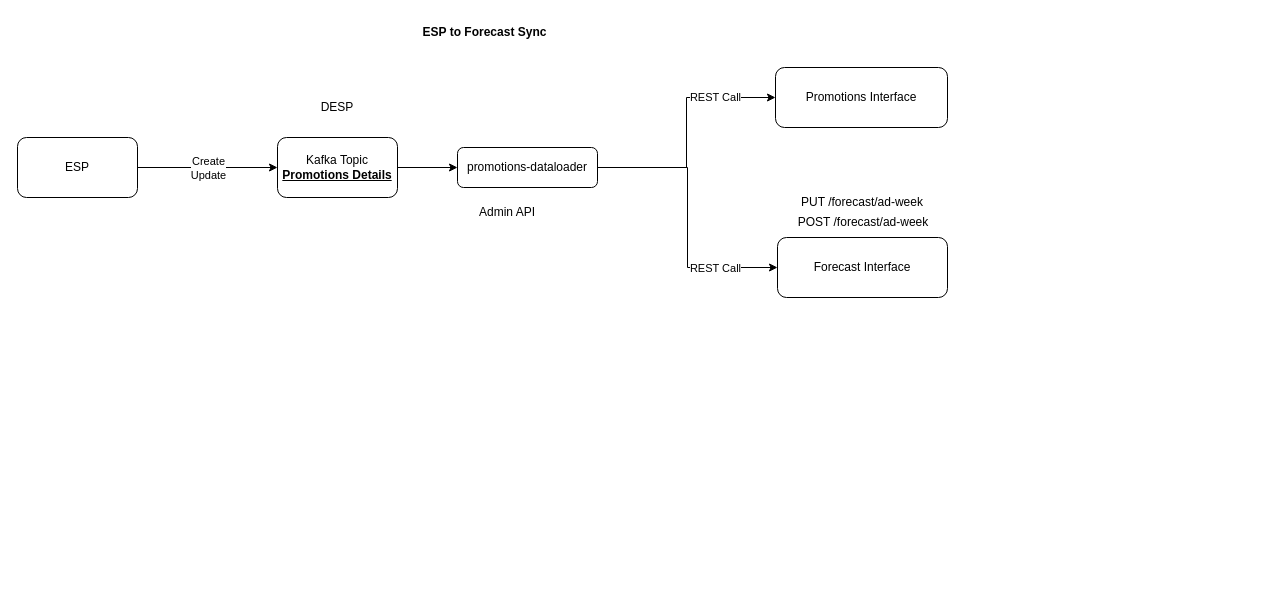
This is page "Page-2" (2 of 2) of Kroger.drawio from aayush-tuladhar-kr/drawio, a draw.io file, before an edit. Source tidied: cells renumbered, new cells numbered last; positions are measured from the earlier drawing's top-left corner, leaving out a move shared by most shapes. Both pictures are drawn from the tidied source at 100%, with x=0, y=0 at pixel (17, 17).
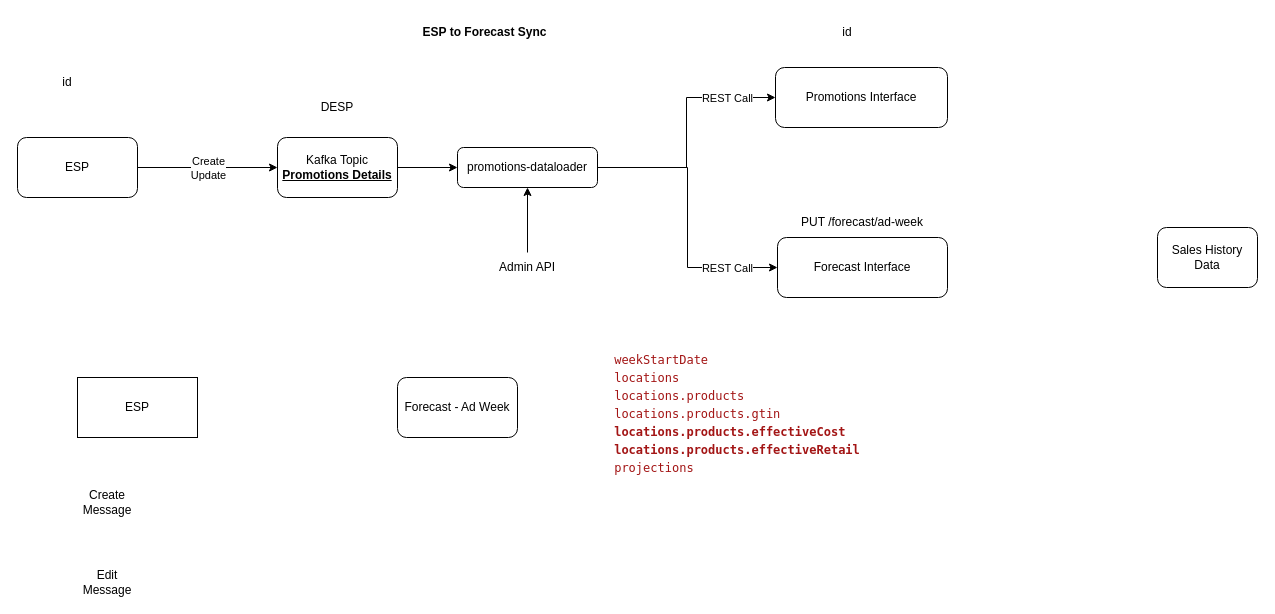
The same page after the edit.

Unchanged cells that the change refers to:
```xml
<mxCell id="2" style="edgeStyle=orthogonalEdgeStyle;rounded=0;jettySize=auto;html=1;entryX=0;entryY=0.5;entryDx=0;entryDy=0;" parent="1" edge="1" source="6" target="7">
  <mxGeometry relative="1" as="geometry" />
</mxCell>
<mxCell id="4" style="edgeStyle=orthogonalEdgeStyle;rounded=0;jettySize=auto;html=1;entryX=0;entryY=0.5;entryDx=0;entryDy=0;" parent="1" edge="1" source="6" target="8">
  <mxGeometry relative="1" as="geometry" />
</mxCell>
<mxCell id="6" value="promotions-dataloader" style="rounded=1;whiteSpace=wrap;html=1;" parent="1" vertex="1">
  <mxGeometry x="440" y="130" width="140" height="40" as="geometry" />
</mxCell>
```

Diff of the diagram source:
```diff
@@
     <mxCell id="3" value="REST Call" style="edgeLabel;html=1;align=center;verticalAlign=middle;" parent="2" vertex="1">
-      <mxGeometry x="0.51" y="1" relative="1" as="geometry" />
+      <mxGeometry x="0.51" y="1" relative="1" as="geometry">
+        <mxPoint x="12" y="1" as="offset" />
+      </mxGeometry>
     </mxCell>
@@
     <mxCell id="5" value="REST Call" style="edgeLabel;html=1;align=center;verticalAlign=middle;" parent="4" vertex="1">
       <mxGeometry x="0.46" y="2" relative="1" as="geometry">
-        <mxPoint x="13" y="2" as="offset" />
+        <mxPoint x="25" y="2" as="offset" />
       </mxGeometry>
     </mxCell>
@@
     <mxCell id="9" value="PUT /forecast/ad-week" style="text;html=1;align=center;verticalAlign=middle;whiteSpace=wrap;rounded=0;" parent="1" vertex="1">
-      <mxGeometry x="750" y="170" width="190" height="30" as="geometry" />
+      <mxGeometry x="750" y="190" width="190" height="30" as="geometry" />
     </mxCell>
@@
+    <mxCell id="19" style="edgeStyle=orthogonalEdgeStyle;rounded=0;jettySize=auto;html=1;" parent="1" edge="1" source="16" target="6">
+      <mxGeometry relative="1" as="geometry" />
+    </mxCell>
     <mxCell id="16" value="Admin API" style="text;html=1;align=center;verticalAlign=middle;whiteSpace=wrap;rounded=0;" parent="1" vertex="1">
-      <mxGeometry x="460" y="180" width="60" height="30" as="geometry" />
+      <mxGeometry x="480" y="235" width="60" height="30" as="geometry" />
     </mxCell>
@@
-    <mxCell id="18" value="POST /forecast/ad-week" style="text;html=1;align=center;verticalAlign=middle;whiteSpace=wrap;rounded=0;" parent="1" vertex="1">
-      <mxGeometry x="751" y="190" width="190" height="30" as="geometry" />
-    </mxCell>
+    <mxCell id="20" value="ESP" style="rounded=0;whiteSpace=wrap;html=1;" parent="1" vertex="1">
+      <mxGeometry x="60" y="360" width="120" height="60" as="geometry" />
+    </mxCell>
+    <mxCell id="21" value="Forecast - Ad Week" style="rounded=1;whiteSpace=wrap;html=1;" parent="1" vertex="1">
+      <mxGeometry x="380" y="360" width="120" height="60" as="geometry" />
+    </mxCell>
+    <mxCell id="22" value="Create Message" style="text;html=1;align=center;verticalAlign=middle;whiteSpace=wrap;rounded=0;" parent="1" vertex="1">
+      <mxGeometry x="60" y="470" width="60" height="30" as="geometry" />
+    </mxCell>
+    <mxCell id="23" value="&lt;div style=&quot;text-align: left; background-color: rgb(255, 255, 255); font-family: IBMPlexMono, Monaco, &amp;quot;Courier New&amp;quot;, monospace, Menlo, Monaco, &amp;quot;Courier New&amp;quot;, monospace; line-height: 18px; white-space: pre;&quot;&gt;&lt;span style=&quot;color: #a31515;&quot;&gt;weekStartDate&lt;/span&gt;&lt;/div&gt;&lt;div style=&quot;text-align: left; background-color: rgb(255, 255, 255); font-family: IBMPlexMono, Monaco, &amp;quot;Courier New&amp;quot;, monospace, Menlo, Monaco, &amp;quot;Courier New&amp;quot;, monospace; line-height: 18px; white-space: pre;&quot;&gt;&lt;span style=&quot;color: rgb(163, 21, 21);&quot;&gt;locations&lt;/span&gt;&lt;/div&gt;&lt;div style=&quot;background-color: rgb(255, 255, 255); line-height: 18px;&quot;&gt;&lt;div style=&quot;font-family: IBMPlexMono, Monaco, &amp;quot;Courier New&amp;quot;, monospace, Menlo, Monaco, &amp;quot;Courier New&amp;quot;, monospace; white-space: pre; text-align: left;&quot;&gt;&lt;span style=&quot;color: rgb(163, 21, 21);&quot;&gt;locations.products&lt;br&gt;&lt;/span&gt;&lt;span style=&quot;color: rgb(163, 21, 21);&quot;&gt;locations.products.gtin&lt;br&gt;&lt;/span&gt;&lt;span style=&quot;color: rgb(163, 21, 21);&quot;&gt;&lt;b&gt;locations.products.effectiveCost&lt;br&gt;&lt;/b&gt;&lt;/span&gt;&lt;span style=&quot;color: rgb(163, 21, 21);&quot;&gt;&lt;b&gt;locations.products.effectiveRetail&lt;/b&gt;&lt;br&gt;&lt;/span&gt;&lt;span style=&quot;color: rgb(163, 21, 21);&quot;&gt;projections&lt;/span&gt;&lt;/div&gt;&lt;div style=&quot;font-family: IBMPlexMono, Monaco, &amp;quot;Courier New&amp;quot;, monospace, Menlo, Monaco, &amp;quot;Courier New&amp;quot;, monospace; white-space: pre; text-align: left;&quot;&gt;&lt;span style=&quot;color: rgb(163, 21, 21);&quot;&gt;&lt;br&gt;&lt;/span&gt;&lt;/div&gt;&lt;div style=&quot;text-align: left;&quot;&gt;&lt;font face=&quot;IBMPlexMono, Monaco, Courier New, monospace, Menlo, Monaco, Courier New, monospace&quot; color=&quot;#a31515&quot;&gt;&lt;span style=&quot;white-space: pre;&quot;&gt;&lt;br&gt;&lt;/span&gt;&lt;/font&gt;&lt;/div&gt;&lt;/div&gt;&lt;div style=&quot;background-color: rgb(255, 255, 255); font-family: IBMPlexMono, Monaco, &amp;quot;Courier New&amp;quot;, monospace, Menlo, Monaco, &amp;quot;Courier New&amp;quot;, monospace; line-height: 18px; white-space: pre;&quot;&gt;&lt;span style=&quot;color: #a31515;&quot;&gt;&lt;br&gt;&lt;/span&gt;&lt;/div&gt;" style="text;html=1;align=center;verticalAlign=middle;whiteSpace=wrap;rounded=0;" parent="1" vertex="1">
+      <mxGeometry x="500" y="390" width="440" height="65" as="geometry" />
+    </mxCell>
+    <mxCell id="24" value="Edit Message" style="text;html=1;align=center;verticalAlign=middle;whiteSpace=wrap;rounded=0;" parent="1" vertex="1">
+      <mxGeometry x="60" y="550" width="60" height="30" as="geometry" />
+    </mxCell>
+    <mxCell id="25" value="id" style="text;html=1;align=center;verticalAlign=middle;whiteSpace=wrap;rounded=0;" parent="1" vertex="1">
+      <mxGeometry x="20" y="50" width="60" height="30" as="geometry" />
+    </mxCell>
+    <mxCell id="26" value="id" style="text;html=1;align=center;verticalAlign=middle;whiteSpace=wrap;rounded=0;" parent="1" vertex="1">
+      <mxGeometry x="800" width="60" height="30" as="geometry" />
+    </mxCell>
+    <mxCell id="27" value="Sales History Data" style="rounded=1;whiteSpace=wrap;html=1;" parent="1" vertex="1">
+      <mxGeometry x="1140" y="210" width="100" height="60" as="geometry" />
+    </mxCell>
```
